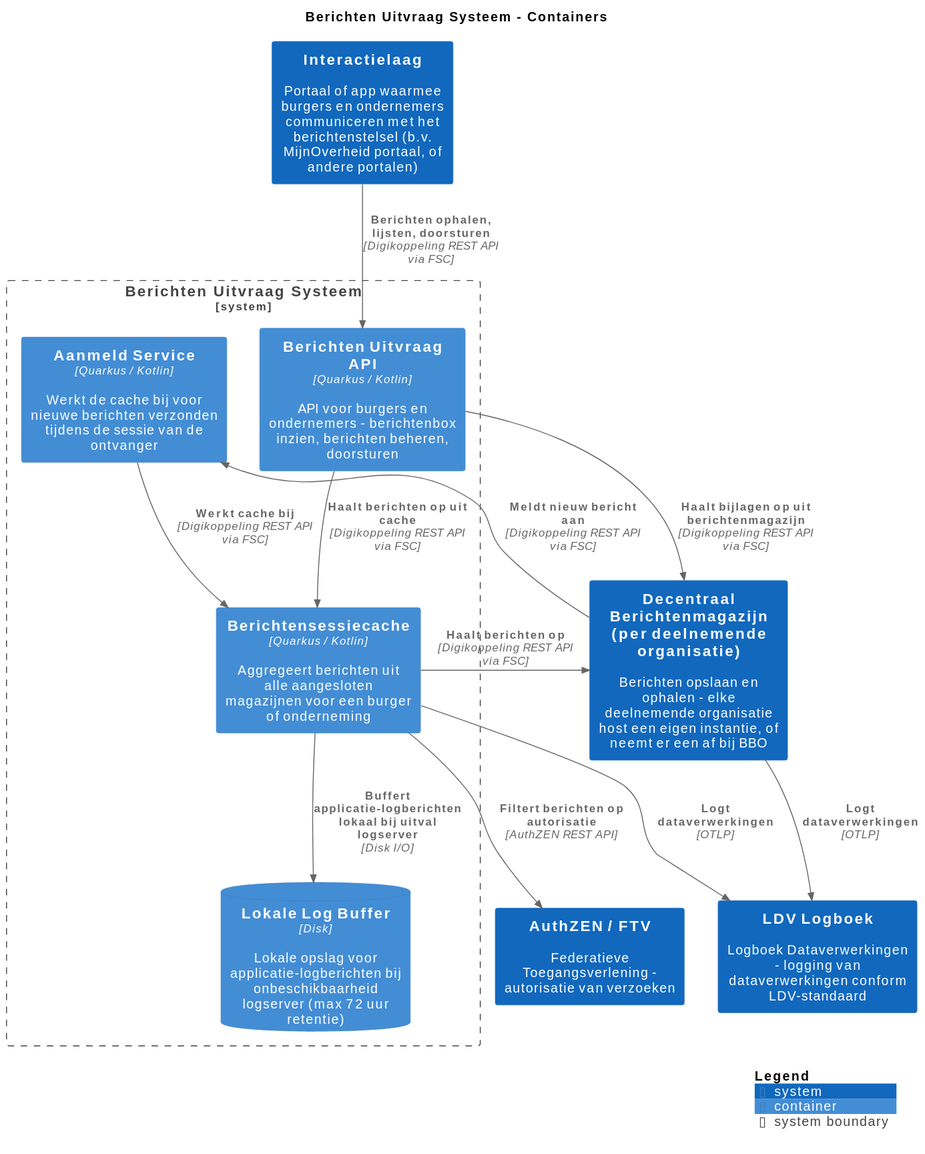
MinBZK/moza-poc-fbs-berichtenbox keeps this PlantUML diagram as pr-preview/pr-16/master/svg/BerichtenUitvraagSysteemContainers.svg. Above is the earlier version. Its source is kept beside it as pr-preview/pr-16/master/puml/BerichtenUitvraagSysteemContainers.puml.
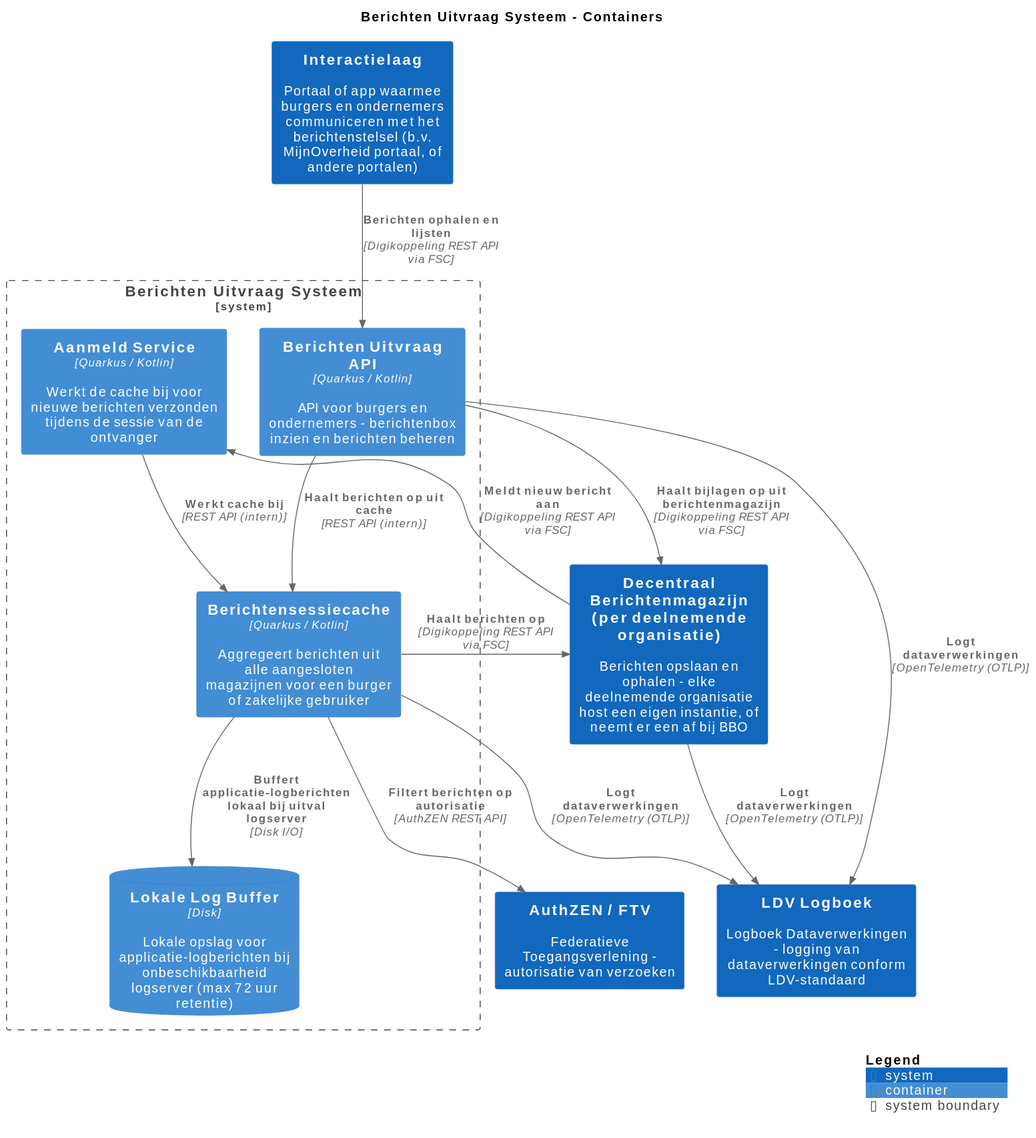
After the commit.

The edit, as a diff of the source:
```diff
@@ -15,21 +15,22 @@
 
 System_Boundary("BerichtenUitvraagSysteem_boundary", "Berichten Uitvraag Systeem", $tags="") {
   ContainerDb(BerichtenUitvraagSysteem.LokaleLogBuffer, "Lokale Log Buffer", $techn="Disk", $descr="Lokale opslag voor applicatie-logberichten bij onbeschikbaarheid logserver (max 72 uur retentie)", $tags="", $link="")
-  Container(BerichtenUitvraagSysteem.Berichtensessiecache, "Berichtensessiecache", $techn="Quarkus / Kotlin", $descr="Aggregeert berichten uit alle aangesloten magazijnen voor een burger of onderneming", $tags="", $link="")
-  Container(BerichtenUitvraagSysteem.BerichtenUitvraagAPI, "Berichten Uitvraag API", $techn="Quarkus / Kotlin", $descr="API voor burgers en ondernemers - berichtenbox inzien, berichten beheren, doorsturen", $tags="", $link="")
+  Container(BerichtenUitvraagSysteem.Berichtensessiecache, "Berichtensessiecache", $techn="Quarkus / Kotlin", $descr="Aggregeert berichten uit alle aangesloten magazijnen voor een burger of zakelijke gebruiker", $tags="", $link="")
+  Container(BerichtenUitvraagSysteem.BerichtenUitvraagAPI, "Berichten Uitvraag API", $techn="Quarkus / Kotlin", $descr="API voor burgers en ondernemers - berichtenbox inzien en berichten beheren", $tags="", $link="")
   Container(BerichtenUitvraagSysteem.AanmeldService, "Aanmeld Service", $techn="Quarkus / Kotlin", $descr="Werkt de cache bij voor nieuwe berichten verzonden tijdens de sessie van de ontvanger", $tags="", $link="")
 }
 
+Rel(BerichtenUitvraagSysteem.Berichtensessiecache, LDVLogboek, "Logt dataverwerkingen", $techn="OpenTelemetry (OTLP)", $tags="", $link="")
+Rel(BerichtenUitvraagSysteem.BerichtenUitvraagAPI, LDVLogboek, "Logt dataverwerkingen", $techn="OpenTelemetry (OTLP)", $tags="", $link="")
+Rel(BerichtenUitvraagSysteem.AanmeldService, BerichtenUitvraagSysteem.Berichtensessiecache, "Werkt cache bij", $techn="REST API (intern)", $tags="", $link="")
+Rel(BerichtenUitvraagSysteem.BerichtenUitvraagAPI, BerichtenUitvraagSysteem.Berichtensessiecache, "Haalt berichten op uit cache", $techn="REST API (intern)", $tags="", $link="")
+Rel(BerichtenUitvraagSysteem.Berichtensessiecache, BerichtenUitvraagSysteem.LokaleLogBuffer, "Buffert applicatie-logberichten lokaal bij uitval logserver", $techn="Disk I/O", $tags="", $link="")
+Rel(Interactielaag, BerichtenUitvraagSysteem.BerichtenUitvraagAPI, "Berichten ophalen en lijsten", $techn="Digikoppeling REST API via FSC", $tags="", $link="")
+Rel(BerichtenUitvraagSysteem.BerichtenUitvraagAPI, DecentraalBerichtenmagazijnperdeelnemendeorganisatie, "Haalt bijlagen op uit berichtenmagazijn", $techn="Digikoppeling REST API via FSC", $tags="", $link="")
+Rel(DecentraalBerichtenmagazijnperdeelnemendeorganisatie, BerichtenUitvraagSysteem.AanmeldService, "Meldt nieuw bericht aan", $techn="Digikoppeling REST API via FSC", $tags="", $link="")
 Rel(BerichtenUitvraagSysteem.Berichtensessiecache, AuthZENFTV, "Filtert berichten op autorisatie", $techn="AuthZEN REST API", $tags="", $link="")
 Rel(BerichtenUitvraagSysteem.Berichtensessiecache, DecentraalBerichtenmagazijnperdeelnemendeorganisatie, "Haalt berichten op", $techn="Digikoppeling REST API via FSC", $tags="", $link="")
-Rel(DecentraalBerichtenmagazijnperdeelnemendeorganisatie, LDVLogboek, "Logt dataverwerkingen", $techn="OTLP", $tags="", $link="")
-Rel(BerichtenUitvraagSysteem.Berichtensessiecache, LDVLogboek, "Logt dataverwerkingen", $techn="OTLP", $tags="", $link="")
-Rel(BerichtenUitvraagSysteem.AanmeldService, BerichtenUitvraagSysteem.Berichtensessiecache, "Werkt cache bij", $techn="Digikoppeling REST API via FSC", $tags="", $link="")
-Rel(BerichtenUitvraagSysteem.BerichtenUitvraagAPI, BerichtenUitvraagSysteem.Berichtensessiecache, "Haalt berichten op uit cache", $techn="Digikoppeling REST API via FSC", $tags="", $link="")
-Rel(BerichtenUitvraagSysteem.Berichtensessiecache, BerichtenUitvraagSysteem.LokaleLogBuffer, "Buffert applicatie-logberichten lokaal bij uitval logserver", $techn="Disk I/O", $tags="", $link="")
-Rel(Interactielaag, BerichtenUitvraagSysteem.BerichtenUitvraagAPI, "Berichten ophalen, lijsten, doorsturen", $techn="Digikoppeling REST API via FSC", $tags="", $link="")
-Rel(BerichtenUitvraagSysteem.BerichtenUitvraagAPI, DecentraalBerichtenmagazijnperdeelnemendeorganisatie, "Haalt bijlagen op uit berichtenmagazijn", $techn="Digikoppeling REST API via FSC", $tags="", $link="")
-Rel(DecentraalBerichtenmagazijnperdeelnemendeorganisatie, BerichtenUitvraagSysteem.AanmeldService, "Meldt nieuw bericht aan", $techn="Digikoppeling REST API via FSC", $tags="", $link="")
+Rel(DecentraalBerichtenmagazijnperdeelnemendeorganisatie, LDVLogboek, "Logt dataverwerkingen", $techn="OpenTelemetry (OTLP)", $tags="", $link="")
 
 SHOW_LEGEND(true)
 @enduml
```
